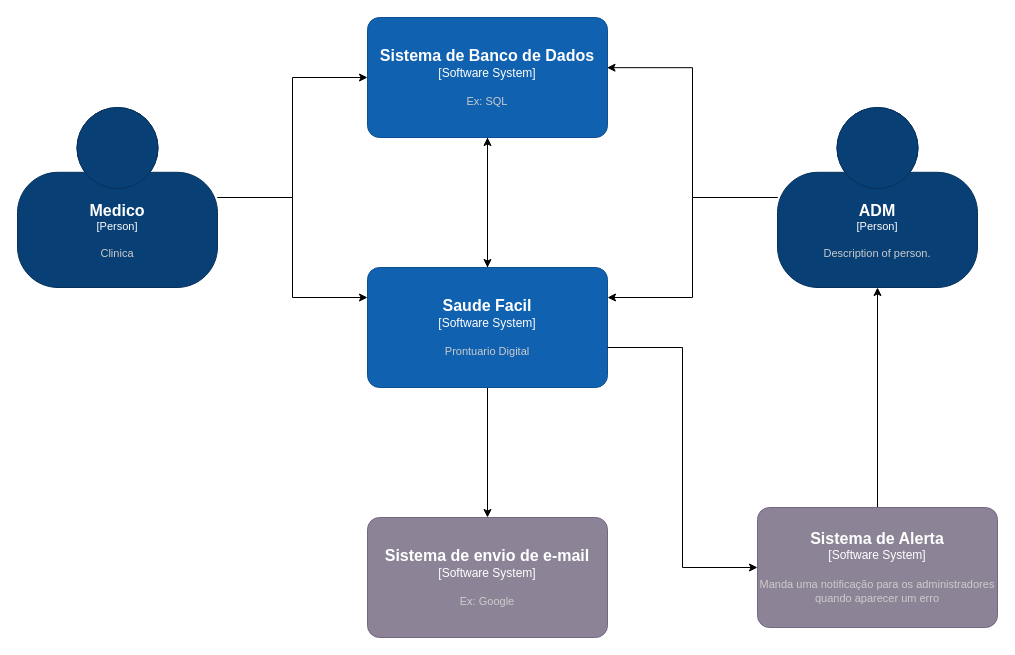
WillianDametto/PIM-Faculdade keeps this draw.io diagram as Diagrama sem nome.drawio. Above is the earlier version. Source tidied: cells renumbered, new cells numbered last; positions are measured from the earlier drawing's top-left corner, leaving out a move shared by most shapes. Both pictures are drawn from the tidied source at 100%, with x=0, y=0 at pixel (17, 17).
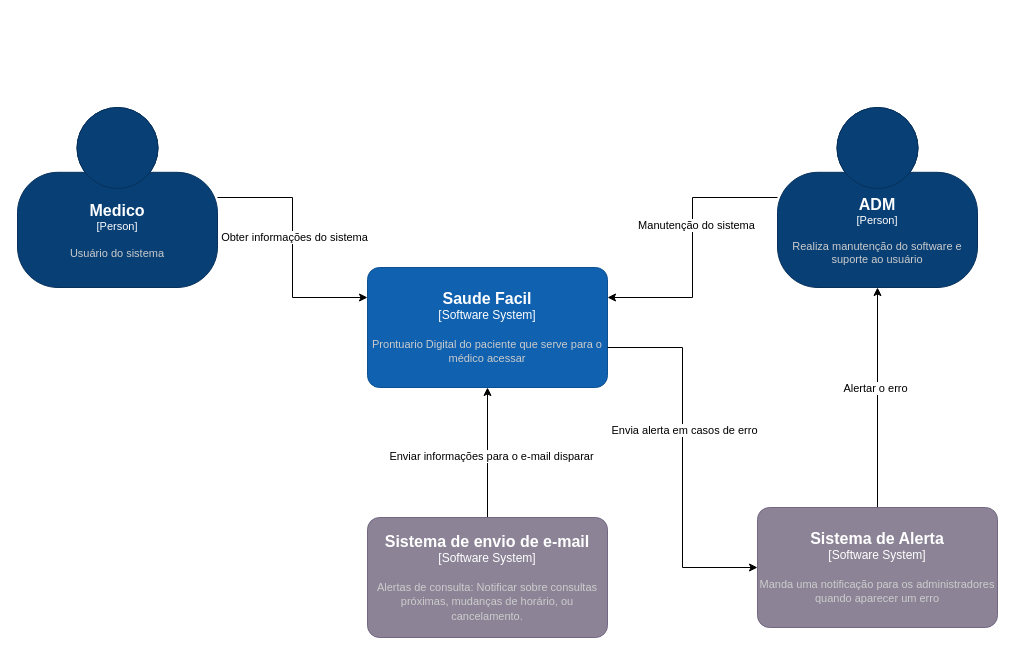
After the change.

Unchanged cells that the change refers to:
```xml
<mxCell id="3" style="edgeStyle=orthogonalEdgeStyle;rounded=0;jettySize=auto;html=1;" parent="1" edge="1" source="4" target="7">
  <mxGeometry relative="1" as="geometry">
    <Array as="points">
      <mxPoint x="275" y="180" />
      <mxPoint x="275" y="280" />
    </Array>
  </mxGeometry>
</mxCell>
<mxCell id="8" style="edgeStyle=orthogonalEdgeStyle;rounded=0;jettySize=auto;html=1;" parent="1" edge="1" source="9" target="7">
  <mxGeometry relative="1" as="geometry">
    <Array as="points">
      <mxPoint x="675" y="180" />
      <mxPoint x="675" y="280" />
    </Array>
  </mxGeometry>
</mxCell>
<mxCell id="14" style="edgeStyle=orthogonalEdgeStyle;rounded=0;jettySize=auto;html=1;" parent="1" edge="1" source="15" target="9">
  <mxGeometry relative="1" as="geometry" />
</mxCell>
<mxCell id="16" style="edgeStyle=orthogonalEdgeStyle;rounded=0;jettySize=auto;html=1;entryX=0;entryY=0.5;entryDx=0;entryDy=0;entryPerimeter=0;" parent="1" edge="1" source="7" target="15">
  <mxGeometry relative="1" as="geometry">
    <Array as="points">
      <mxPoint x="665" y="330" />
      <mxPoint x="665" y="550" />
    </Array>
  </mxGeometry>
</mxCell>
```

Diff of the diagram source:
```diff
@@
+    <mxCell id="17" style="edgeStyle=orthogonalEdgeStyle;rounded=0;jettySize=auto;html=1;" parent="1" edge="1" source="2" target="7">
+      <mxGeometry relative="1" as="geometry" />
+    </mxCell>
+    <mxCell id="18" value="Enviar informações para o e-mail disparar" style="edgeLabel;html=1;align=center;verticalAlign=middle;" parent="17" vertex="1">
+      <mxGeometry x="-0.05" y="-3" relative="1" as="geometry" />
+    </mxCell>
-    <object id="2" label="&lt;font style=&quot;font-size: 16px&quot;&gt;&lt;b&gt;%c4Name%&lt;/b&gt;&lt;/font&gt;&lt;div&gt;[%c4Type%]&lt;/div&gt;&lt;br&gt;&lt;div&gt;&lt;font style=&quot;font-size: 11px&quot;&gt;&lt;font color=&quot;#cccccc&quot;&gt;%c4Description%&lt;/font&gt;&lt;/div&gt;" c4Description="Ex: Google" c4Name="Sistema de envio de e-mail" c4Type="Software System" placeholders="1">
+    <object id="2" label="&lt;font style=&quot;font-size: 16px&quot;&gt;&lt;b&gt;%c4Name%&lt;/b&gt;&lt;/font&gt;&lt;div&gt;[%c4Type%]&lt;/div&gt;&lt;br&gt;&lt;div&gt;&lt;font style=&quot;font-size: 11px&quot;&gt;&lt;font color=&quot;#cccccc&quot;&gt;%c4Description%&lt;/font&gt;&lt;/div&gt;" c4Description="Alertas de consulta: Notificar sobre consultas próximas, mudanças de horário, ou cancelamento." c4Name="Sistema de envio de e-mail" c4Type="Software System" placeholders="1">
       <mxCell style="rounded=1;whiteSpace=wrap;html=1;labelBackgroundColor=none;fillColor=#8C8496;fontColor=#ffffff;align=center;arcSize=10;strokeColor=#736782;points=[[0.25,0,0],[0.5,0,0],[0.75,0,0],[1,0.25,0],[1,0.5,0],[1,0.75,0],[0.75,1,0],[0.5,1,0],[0.25,1,0],[0,0.75,0],[0,0.5,0],[0,0.25,0]];" parent="1" vertex="1">
         <mxGeometry x="350" y="500" width="240" height="120" as="geometry" />
       </mxCell>
     </object>
@@
+    <mxCell id="19" value="Obter informações do sistema" style="edgeLabel;html=1;align=center;verticalAlign=middle;" parent="3" vertex="1">
+      <mxGeometry x="-0.09" y="1" relative="1" as="geometry" />
+    </mxCell>
-    <object id="4" label="&lt;font style=&quot;font-size: 16px&quot;&gt;&lt;b&gt;%c4Name%&lt;/b&gt;&lt;/font&gt;&lt;div&gt;[%c4Type%]&lt;/div&gt;&lt;br&gt;&lt;div&gt;&lt;font style=&quot;font-size: 11px&quot;&gt;&lt;font color=&quot;#cccccc&quot;&gt;%c4Description%&lt;/font&gt;&lt;/div&gt;" c4Description="Clinica" c4Name="Medico" c4Type="Person" placeholders="1">
+    <object id="4" label="&lt;font style=&quot;font-size: 16px&quot;&gt;&lt;b&gt;%c4Name%&lt;/b&gt;&lt;/font&gt;&lt;div&gt;[%c4Type%]&lt;/div&gt;&lt;br&gt;&lt;div&gt;&lt;font style=&quot;font-size: 11px&quot;&gt;&lt;font color=&quot;#cccccc&quot;&gt;%c4Description%&lt;/font&gt;&lt;/div&gt;" c4Description="Usuário do sistema" c4Name="Medico" c4Type="Person" placeholders="1">
       <mxCell style="html=1;fontSize=11;dashed=0;whiteSpace=wrap;fillColor=#083F75;strokeColor=#06315C;fontColor=#ffffff;shape=mxgraph.c4.person2;align=center;points=[[0.5,0,0],[1,0.5,0],[1,0.75,0],[0.75,1,0],[0.5,1,0],[0.25,1,0],[0,0.75,0],[0,0.5,0]];" parent="1" vertex="1">
         <mxGeometry y="90" width="200" height="180" as="geometry" />
       </mxCell>
     </object>
-    <mxCell id="5" style="edgeStyle=orthogonalEdgeStyle;rounded=0;jettySize=auto;html=1;" parent="1" edge="1" source="7" target="2">
-      <mxGeometry relative="1" as="geometry" />
-    </mxCell>
-    <mxCell id="6" style="edgeStyle=orthogonalEdgeStyle;rounded=0;jettySize=auto;html=1;" parent="1" edge="1" source="7" target="11">
-      <mxGeometry relative="1" as="geometry">
-        <Array as="points">
-          <mxPoint x="470" y="220" />
-          <mxPoint x="470" y="220" />
-        </Array>
-      </mxGeometry>
-    </mxCell>
-    <object id="7" label="&lt;font style=&quot;font-size: 16px&quot;&gt;&lt;b&gt;%c4Name%&lt;/b&gt;&lt;/font&gt;&lt;div&gt;[%c4Type%]&lt;/div&gt;&lt;br&gt;&lt;div&gt;&lt;font style=&quot;font-size: 11px&quot;&gt;&lt;font color=&quot;#cccccc&quot;&gt;%c4Description%&lt;/font&gt;&lt;/div&gt;" c4Description="Prontuario Digital" c4Name="Saude Facil" c4Type="Software System" placeholders="1">
+    <object id="7" label="&lt;font style=&quot;font-size: 16px&quot;&gt;&lt;b&gt;%c4Name%&lt;/b&gt;&lt;/font&gt;&lt;div&gt;[%c4Type%]&lt;/div&gt;&lt;br&gt;&lt;div&gt;&lt;font style=&quot;font-size: 11px&quot;&gt;&lt;font color=&quot;#cccccc&quot;&gt;%c4Description%&lt;/font&gt;&lt;/div&gt;" c4Description="Prontuario Digital do paciente que serve para o médico acessar" c4Name="Saude Facil" c4Type="Software System" placeholders="1">
       <mxCell style="rounded=1;whiteSpace=wrap;html=1;labelBackgroundColor=none;fillColor=#1061B0;fontColor=#ffffff;align=center;arcSize=10;strokeColor=#0D5091;points=[[0.25,0,0],[0.5,0,0],[0.75,0,0],[1,0.25,0],[1,0.5,0],[1,0.75,0],[0.75,1,0],[0.5,1,0],[0.25,1,0],[0,0.75,0],[0,0.5,0],[0,0.25,0]];" parent="1" vertex="1">
         <mxGeometry x="350" y="250" width="240" height="120" as="geometry" />
       </mxCell>
     </object>
@@
+    <mxCell id="20" value="Manutenção do sistema" style="edgeLabel;html=1;align=center;verticalAlign=middle;" parent="8" vertex="1">
+      <mxGeometry x="-0.17" y="3" relative="1" as="geometry" />
+    </mxCell>
-    <object id="9" label="&lt;font style=&quot;font-size: 16px&quot;&gt;&lt;b&gt;%c4Name%&lt;/b&gt;&lt;/font&gt;&lt;div&gt;[%c4Type%]&lt;/div&gt;&lt;br&gt;&lt;div&gt;&lt;font style=&quot;font-size: 11px&quot;&gt;&lt;font color=&quot;#cccccc&quot;&gt;%c4Description%&lt;/font&gt;&lt;/div&gt;" c4Description="Description of person." c4Name="ADM" c4Type="Person" placeholders="1">
+    <object id="9" label="&lt;font style=&quot;font-size: 16px&quot;&gt;&lt;b&gt;%c4Name%&lt;/b&gt;&lt;/font&gt;&lt;div&gt;[%c4Type%]&lt;/div&gt;&lt;br&gt;&lt;div&gt;&lt;font style=&quot;font-size: 11px&quot;&gt;&lt;font color=&quot;#cccccc&quot;&gt;%c4Description%&lt;/font&gt;&lt;/div&gt;" c4Description="Realiza manutenção do software e suporte  ao usuário " c4Name="ADM" c4Type="Person" placeholders="1">
       <mxCell style="html=1;fontSize=11;dashed=0;whiteSpace=wrap;fillColor=#083F75;strokeColor=#06315C;fontColor=#ffffff;shape=mxgraph.c4.person2;align=center;points=[[0.5,0,0],[1,0.5,0],[1,0.75,0],[0.75,1,0],[0.5,1,0],[0.25,1,0],[0,0.75,0],[0,0.5,0]];" parent="1" vertex="1">
         <mxGeometry x="760" y="90" width="200" height="180" as="geometry" />
       </mxCell>
     </object>
-    <mxCell id="10" style="edgeStyle=orthogonalEdgeStyle;rounded=0;jettySize=auto;html=1;" parent="1" edge="1" source="11" target="7">
-      <mxGeometry relative="1" as="geometry" />
-    </mxCell>
-    <object id="11" label="&lt;font style=&quot;font-size: 16px&quot;&gt;&lt;b&gt;%c4Name%&lt;/b&gt;&lt;/font&gt;&lt;div&gt;[%c4Type%]&lt;/div&gt;&lt;br&gt;&lt;div&gt;&lt;font style=&quot;font-size: 11px&quot;&gt;&lt;font color=&quot;#cccccc&quot;&gt;%c4Description%&lt;/font&gt;&lt;/div&gt;" c4Description="Ex: SQL" c4Name="Sistema de Banco de Dados" c4Type="Software System" placeholders="1">
-      <mxCell style="rounded=1;whiteSpace=wrap;html=1;labelBackgroundColor=none;fillColor=#1061B0;fontColor=#ffffff;align=center;arcSize=10;strokeColor=#0D5091;points=[[0.25,0,0],[0.5,0,0],[0.75,0,0],[1,0.25,0],[1,0.5,0],[1,0.75,0],[0.75,1,0],[0.5,1,0],[0.25,1,0],[0,0.75,0],[0,0.5,0],[0,0.25,0]];" parent="1" vertex="1">
-        <mxGeometry x="350" width="240" height="120" as="geometry" />
-      </mxCell>
-    </object>
-    <mxCell id="12" style="edgeStyle=orthogonalEdgeStyle;rounded=0;jettySize=auto;html=1;entryX=0;entryY=0.5;entryDx=0;entryDy=0;entryPerimeter=0;" parent="1" edge="1" source="4" target="11">
-      <mxGeometry relative="1" as="geometry" />
-    </mxCell>
-    <mxCell id="13" style="edgeStyle=orthogonalEdgeStyle;rounded=0;jettySize=auto;html=1;entryX=0.998;entryY=0.418;entryDx=0;entryDy=0;entryPerimeter=0;" parent="1" edge="1" source="9" target="11">
-      <mxGeometry relative="1" as="geometry" />
-    </mxCell>
@@
+    <mxCell id="21" value="Alertar o erro" style="edgeLabel;html=1;align=center;verticalAlign=middle;" parent="14" vertex="1">
+      <mxGeometry x="0.09" y="3" relative="1" as="geometry" />
+    </mxCell>
@@
+    <mxCell id="22" value="Envia alerta em casos de erro" style="edgeLabel;html=1;align=center;verticalAlign=middle;" parent="16" vertex="1">
+      <mxGeometry x="-0.15" y="1" relative="1" as="geometry" />
+    </mxCell>
```
